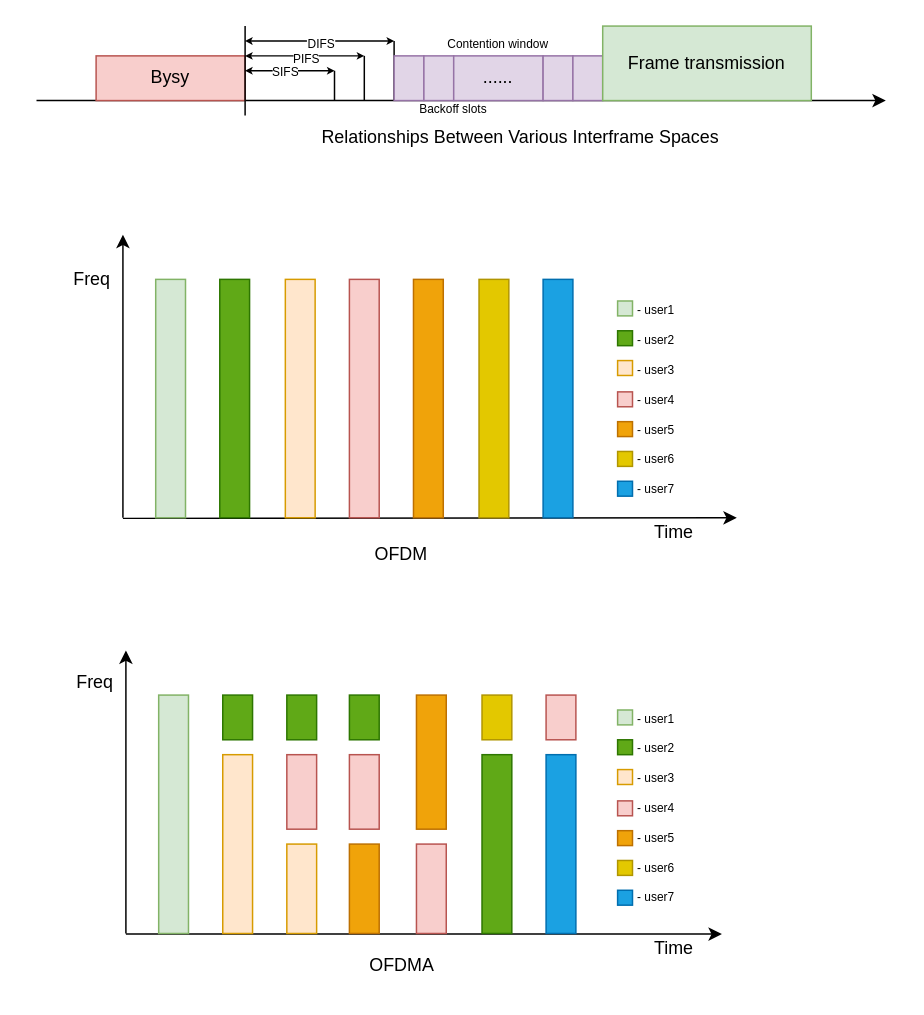
Earlier version of the draw.io diagram page "第 2 页" (2 of 3) of drawio/wifi.drawio (iceyxy/flow-chart-drawio). Source tidied: cells renumbered, new cells numbered last; positions are measured from the earlier drawing's top-left corner, leaving out a move shared by most shapes. Both pictures are drawn from the tidied source at 149%, with x=0, y=0 at pixel (36, 25).
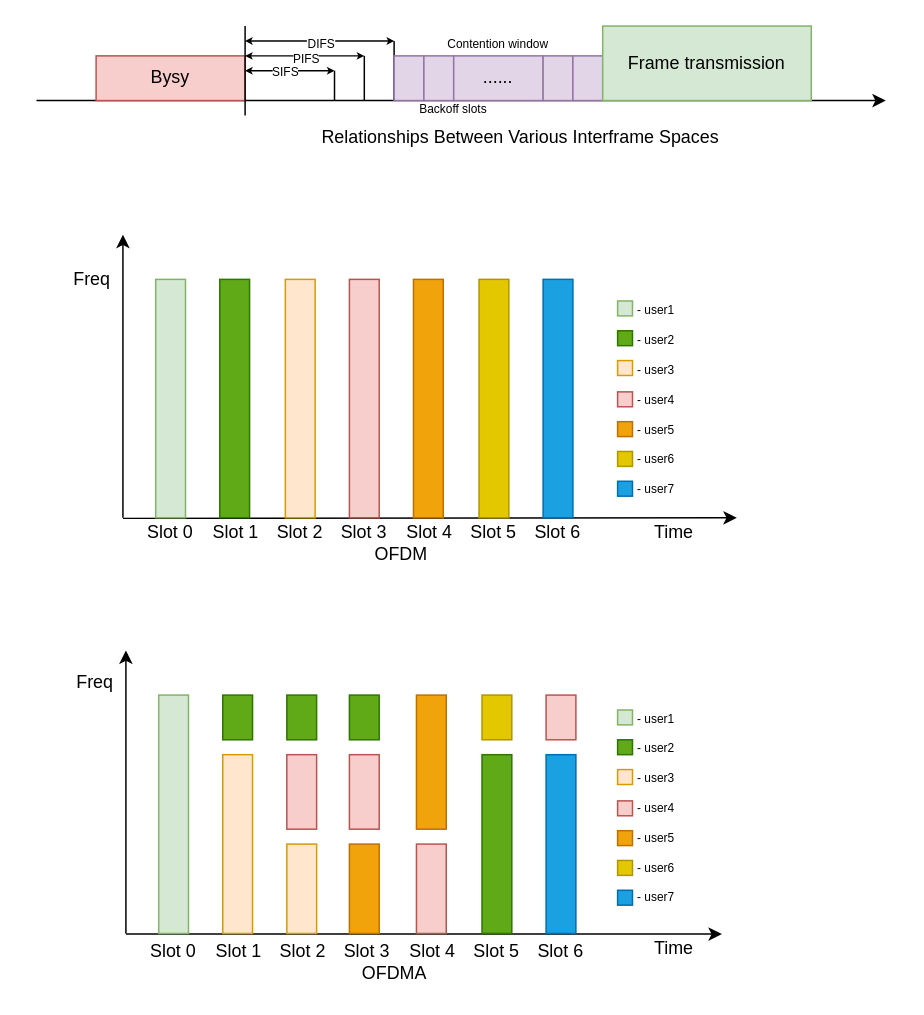
The same diagram, later.

Commit message:
新增OFDMA 与OFDM原理图

Change to the diagram source:
```diff
@@
     <mxCell id="85" value="OFDMA" style="text;html=1;whiteSpace=wrap;strokeColor=none;fillColor=none;align=center;verticalAlign=middle;rounded=0;" parent="1" vertex="1">
-      <mxGeometry x="224.5" y="621" width="41" height="20" as="geometry" />
+      <mxGeometry x="220" y="626" width="41" height="20" as="geometry" />
     </mxCell>
+    <mxCell id="86" value="Slot 0" style="text;html=1;whiteSpace=wrap;strokeColor=none;fillColor=none;align=center;verticalAlign=middle;rounded=0;" parent="1" vertex="1">
+      <mxGeometry x="74.2" y="616" width="35.6" height="10" as="geometry" />
+    </mxCell>
+    <mxCell id="87" value="Slot 1" style="text;html=1;whiteSpace=wrap;strokeColor=none;fillColor=none;align=center;verticalAlign=middle;rounded=0;" parent="1" vertex="1">
+      <mxGeometry x="118" y="616" width="35.6" height="10" as="geometry" />
+    </mxCell>
+    <mxCell id="88" value="Slot 2" style="text;html=1;whiteSpace=wrap;strokeColor=none;fillColor=none;align=center;verticalAlign=middle;rounded=0;" parent="1" vertex="1">
+      <mxGeometry x="161" y="616" width="35.6" height="10" as="geometry" />
+    </mxCell>
+    <mxCell id="89" value="Slot 3" style="text;html=1;whiteSpace=wrap;strokeColor=none;fillColor=none;align=center;verticalAlign=middle;rounded=0;" parent="1" vertex="1">
+      <mxGeometry x="204" y="616" width="35.6" height="10" as="geometry" />
+    </mxCell>
+    <mxCell id="90" value="Slot 4" style="text;html=1;whiteSpace=wrap;strokeColor=none;fillColor=none;align=center;verticalAlign=middle;rounded=0;" parent="1" vertex="1">
+      <mxGeometry x="248" y="616" width="35.6" height="10" as="geometry" />
+    </mxCell>
+    <mxCell id="91" value="Slot 5" style="text;html=1;whiteSpace=wrap;strokeColor=none;fillColor=none;align=center;verticalAlign=middle;rounded=0;" parent="1" vertex="1">
+      <mxGeometry x="291" y="616" width="35.6" height="10" as="geometry" />
+    </mxCell>
+    <mxCell id="92" value="Slot 6" style="text;html=1;whiteSpace=wrap;strokeColor=none;fillColor=none;align=center;verticalAlign=middle;rounded=0;" parent="1" vertex="1">
+      <mxGeometry x="334.2" y="616" width="35.6" height="10" as="geometry" />
+    </mxCell>
+    <mxCell id="93" value="Slot 0" style="text;html=1;whiteSpace=wrap;strokeColor=none;fillColor=none;align=center;verticalAlign=middle;rounded=0;" parent="1" vertex="1">
+      <mxGeometry x="72.2" y="335" width="35.6" height="10" as="geometry" />
+    </mxCell>
+    <mxCell id="94" value="Slot 1" style="text;html=1;whiteSpace=wrap;strokeColor=none;fillColor=none;align=center;verticalAlign=middle;rounded=0;" parent="1" vertex="1">
+      <mxGeometry x="116" y="335" width="35.6" height="10" as="geometry" />
+    </mxCell>
+    <mxCell id="95" value="Slot 2" style="text;html=1;whiteSpace=wrap;strokeColor=none;fillColor=none;align=center;verticalAlign=middle;rounded=0;" parent="1" vertex="1">
+      <mxGeometry x="159" y="335" width="35.6" height="10" as="geometry" />
+    </mxCell>
+    <mxCell id="96" value="Slot 3" style="text;html=1;whiteSpace=wrap;strokeColor=none;fillColor=none;align=center;verticalAlign=middle;rounded=0;" parent="1" vertex="1">
+      <mxGeometry x="202" y="335" width="35.6" height="10" as="geometry" />
+    </mxCell>
+    <mxCell id="97" value="Slot 4" style="text;html=1;whiteSpace=wrap;strokeColor=none;fillColor=none;align=center;verticalAlign=middle;rounded=0;" parent="1" vertex="1">
+      <mxGeometry x="246" y="335" width="35.6" height="10" as="geometry" />
+    </mxCell>
+    <mxCell id="98" value="Slot 5" style="text;html=1;whiteSpace=wrap;strokeColor=none;fillColor=none;align=center;verticalAlign=middle;rounded=0;" parent="1" vertex="1">
+      <mxGeometry x="289" y="335" width="35.6" height="10" as="geometry" />
+    </mxCell>
+    <mxCell id="99" value="Slot 6" style="text;html=1;whiteSpace=wrap;strokeColor=none;fillColor=none;align=center;verticalAlign=middle;rounded=0;" parent="1" vertex="1">
+      <mxGeometry x="332.2" y="335" width="35.6" height="10" as="geometry" />
+    </mxCell>
```
